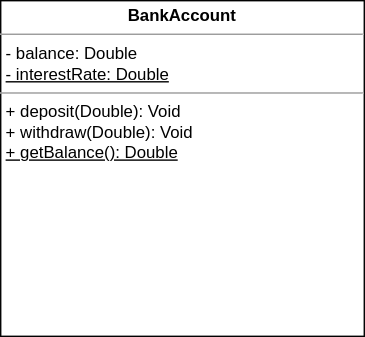
This is Diagramas/DiagBankAccount.drawio.svg from borjamiguens/BankAccount, a draw.io export, as it was before one commit. Source tidied: cells renumbered, new cells last; positions are measured from the earlier drawing's top-left corner, leaving out a move shared by most shapes.
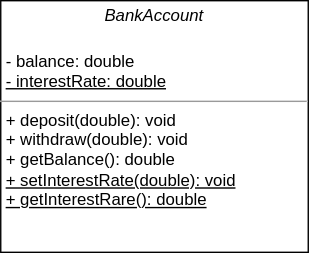
Above is the later version.

Commit message:
otra más por error

Change to the diagram source:
```diff
@@ -2,8 +2,8 @@
   <root>
     <mxCell id="0" />
     <mxCell id="1" parent="0" />
-    <mxCell id="2" value="&lt;p style=&quot;margin: 0px ; margin-top: 4px ; text-align: center&quot;&gt;&lt;b&gt;BankAccount&lt;/b&gt;&lt;/p&gt;&lt;hr size=&quot;1&quot;&gt;&lt;p style=&quot;margin: 0px ; margin-left: 4px&quot;&gt;- balance: Double&lt;br&gt;&lt;u&gt;- interestRate: Double&lt;/u&gt;&lt;/p&gt;&lt;hr size=&quot;1&quot;&gt;&lt;p style=&quot;margin: 0px ; margin-left: 4px&quot;&gt;+ deposit(Double): Void&lt;br&gt;+ withdraw(Double): Void&lt;/p&gt;&lt;p style=&quot;margin: 0px ; margin-left: 4px&quot;&gt;&lt;u&gt;+ getBalance(): Double&lt;/u&gt;&lt;/p&gt;" style="verticalAlign=top;align=left;overflow=fill;fontSize=12;fontFamily=Helvetica;html=1;" parent="1" vertex="1">
-      <mxGeometry width="260" height="240" as="geometry" />
-    </mxCell>
+    <mxCell id="3" value="&lt;p style=&quot;margin: 0px ; margin-top: 4px ; text-align: center&quot;&gt;&lt;i&gt;BankAccount&lt;/i&gt;&lt;/p&gt;&lt;p style=&quot;margin: 0px ; margin-top: 4px ; text-align: center&quot;&gt;&lt;i&gt;&lt;br&gt;&lt;/i&gt;&lt;/p&gt;&lt;p style=&quot;margin: 0px ; margin-left: 4px&quot;&gt;- balance: double&lt;br&gt;&lt;u&gt;- interestRate: double&lt;/u&gt;&lt;/p&gt;&lt;hr size=&quot;1&quot;&gt;&lt;p style=&quot;margin: 0px ; margin-left: 4px&quot;&gt;+ deposit(double): void&lt;br&gt;+ withdraw(double): void&lt;/p&gt;&lt;p style=&quot;margin: 0px ; margin-left: 4px&quot;&gt;+ getBalance(): double&lt;/p&gt;&lt;p style=&quot;margin: 0px ; margin-left: 4px&quot;&gt;&lt;u&gt;+ setInterestRate(double): void&lt;/u&gt;&lt;/p&gt;&lt;p style=&quot;margin: 0px ; margin-left: 4px&quot;&gt;&lt;u&gt;+ getInterestRare(): double&lt;/u&gt;&lt;/p&gt;" style="verticalAlign=top;align=left;overflow=fill;fontSize=12;fontFamily=Helvetica;html=1;" parent="1" vertex="1">
+      <mxGeometry x="-340" y="160" width="220" height="180" as="geometry" />
+    </mxCell>
   </root>
 </mxGraphModel>
```
